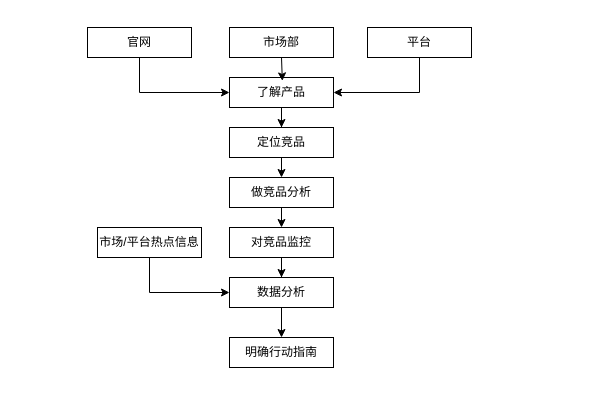
Earlier version of the draw.io diagram 市场分析报告思路.drawio (jensen1404ai-bit/Draw.io). Source tidied: cells renumbered, new cells numbered last; positions are measured from the earlier drawing's top-left corner, leaving out a move shared by most shapes. Both pictures are drawn from the tidied source at 100%, with x=0, y=0 at pixel (87, 27).
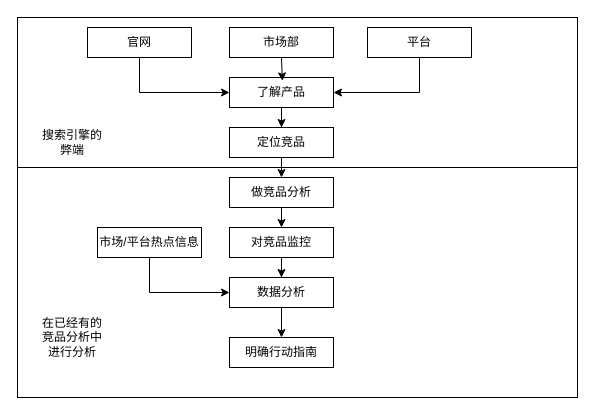
The same diagram, later.

Commit message:
更新市场分析报告思路.drawio

Diff of the diagram source:
```diff
@@
+    <mxCell id="21" style="rounded=0;whiteSpace=wrap;html=1;" parent="1" vertex="1">
+      <mxGeometry x="-70" y="140" width="560" height="230" as="geometry" />
+    </mxCell>
+    <mxCell id="22" style="rounded=0;whiteSpace=wrap;html=1;" parent="1" vertex="1">
+      <mxGeometry x="-70" y="-10" width="560" height="150" as="geometry" />
+    </mxCell>
@@
+    <mxCell id="23" value="搜索引擎的弊端" style="text;html=1;whiteSpace=wrap;strokeColor=none;fillColor=none;align=center;verticalAlign=middle;rounded=0;" parent="1" vertex="1">
+      <mxGeometry x="-50" y="100" width="70" height="30" as="geometry" />
+    </mxCell>
+    <mxCell id="24" value="在已经有的竞品分析中&lt;br&gt;进行分析" style="text;html=1;whiteSpace=wrap;strokeColor=none;fillColor=none;align=center;verticalAlign=middle;rounded=0;" parent="1" vertex="1">
+      <mxGeometry x="-50" y="290" width="70" height="40" as="geometry" />
+    </mxCell>
```
